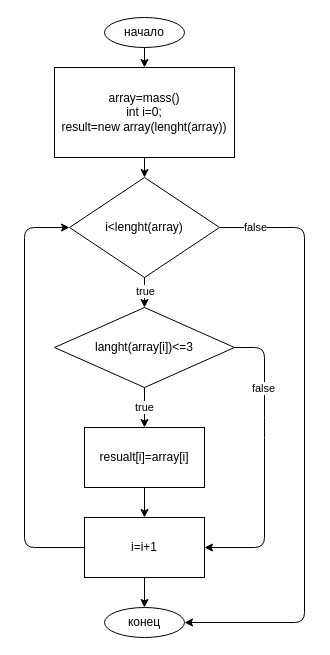
This is algoritm.drawio from DanilaPestov/KontrolnayaRabotaBlok1, a draw.io file, before an edit. Source tidied: cells renumbered, new cells numbered last; positions are measured from the earlier drawing's top-left corner, leaving out a move shared by most shapes. Both pictures are drawn from the tidied source at 100%, with x=0, y=0 at pixel (24, 17).
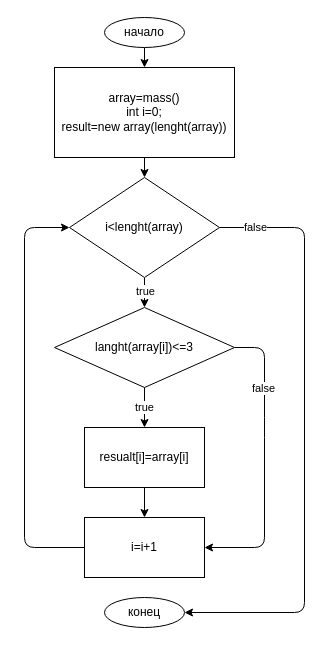
Above is the later version.

The change refers to these unchanged cells:
```xml
<mxCell id="10" value="i&amp;lt;lenght(array)" style="rhombus;whiteSpace=wrap;html=1;rounded=0;" parent="1" vertex="1">
  <mxGeometry x="45" y="160" width="150" height="100" as="geometry" />
</mxCell>
<mxCell id="20" value="i=i+1" style="whiteSpace=wrap;html=1;rounded=0;" parent="1" vertex="1">
  <mxGeometry x="60" y="500" width="120" height="60" as="geometry" />
</mxCell>
```

Diff of the diagram source:
```diff
@@
     <mxCell id="8" style="edgeStyle=none;html=1;" parent="1" edge="1" source="10" target="15">
       <mxGeometry relative="1" as="geometry">
         <Array as="points">
           <mxPoint x="280" y="210" />
-          <mxPoint x="280" y="605" />
+          <mxPoint x="280" y="595" />
         </Array>
       </mxGeometry>
     </mxCell>
     <mxCell id="9" value="false" style="edgeLabel;html=1;align=center;verticalAlign=middle;" parent="8" vertex="1">
       <mxGeometry x="-0.01" y="1" relative="1" as="geometry">
-        <mxPoint x="-51" y="-213" as="offset" />
+        <mxPoint x="-51" y="-208" as="offset" />
       </mxGeometry>
     </mxCell>
@@
     <mxCell id="15" value="конец" style="ellipse;whiteSpace=wrap;html=1;rounded=0;" parent="1" vertex="1">
-      <mxGeometry x="80" y="590" width="80" height="30" as="geometry" />
+      <mxGeometry x="80" y="580" width="80" height="30" as="geometry" />
     </mxCell>
@@
-    <mxCell id="18" style="edgeStyle=none;html=1;entryX=0.5;entryY=0;entryDx=0;entryDy=0;" parent="1" edge="1" source="20" target="15">
-      <mxGeometry relative="1" as="geometry" />
-    </mxCell>
```
